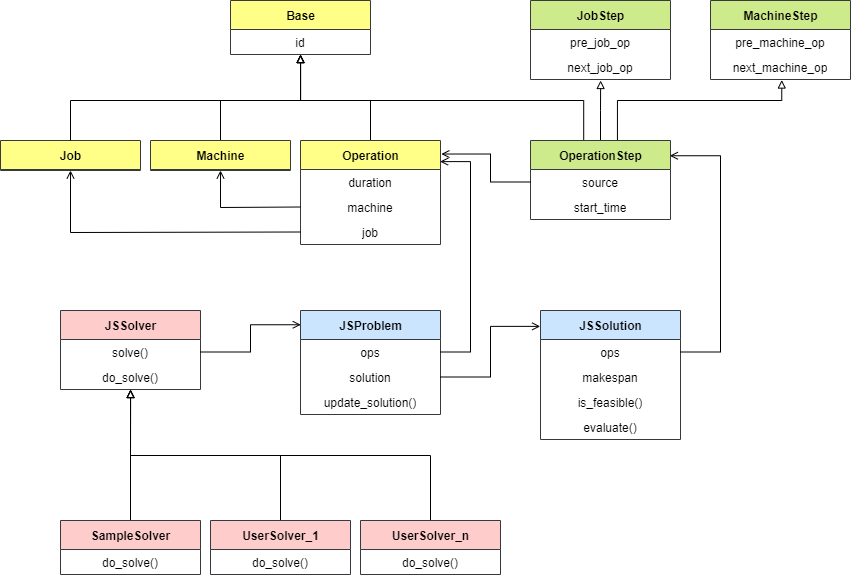
Earlier version of the draw.io export class.drawio.png (dothinking/jsp_framework). Source tidied: cells renumbered, new cells last; positions are measured from the earlier drawing's top-left corner, leaving out a move shared by most shapes. Its diagram source:
```xml
<mxGraphModel>
  <root>
    <mxCell id="0" />
    <mxCell id="1" parent="0" />
    <mxCell id="2" value="Base" style="swimlane;fontStyle=1;align=center;verticalAlign=middle;horizontal=1;startSize=29;html=1;fillColor=#ffff88;strokeColor=#36393d;" parent="1" vertex="1">
      <mxGeometry x="230" width="140" height="54" as="geometry" />
    </mxCell>
    <mxCell id="3" value="id" style="text;html=1;strokeColor=none;fillColor=none;align=center;verticalAlign=middle;spacingLeft=4;spacingRight=4;overflow=hidden;points=[[0,0.5],[1,0.5]];portConstraint=eastwest;" parent="2" vertex="1">
      <mxGeometry y="29" width="140" height="25" as="geometry" />
    </mxCell>
    <mxCell id="4" value="Job" style="swimlane;fontStyle=1;align=center;verticalAlign=middle;horizontal=1;startSize=29;html=1;fillColor=#ffff88;strokeColor=#36393d;" parent="1" vertex="1">
      <mxGeometry y="140" width="140" height="30" as="geometry" />
    </mxCell>
    <mxCell id="5" style="edgeStyle=elbowEdgeStyle;rounded=0;jettySize=auto;elbow=vertical;html=1;exitX=0.5;exitY=0;exitDx=0;exitDy=0;endArrow=block;endFill=0;entryX=0.5;entryY=1;entryDx=0;entryDy=0;entryPerimeter=0;" parent="1" edge="1" source="6" target="3">
      <mxGeometry relative="1" as="geometry">
        <Array as="points">
          <mxPoint x="260" y="100" />
        </Array>
      </mxGeometry>
    </mxCell>
    <mxCell id="6" value="Machine" style="swimlane;fontStyle=1;align=center;verticalAlign=middle;horizontal=1;startSize=29;html=1;fillColor=#ffff88;strokeColor=#36393d;" parent="1" vertex="1">
      <mxGeometry x="150" y="140" width="140" height="30" as="geometry" />
    </mxCell>
    <mxCell id="7" style="edgeStyle=elbowEdgeStyle;rounded=0;jettySize=auto;elbow=vertical;html=1;exitX=0.5;exitY=0;exitDx=0;exitDy=0;endArrow=block;endFill=0;entryX=0.5;entryY=1.004;entryDx=0;entryDy=0;entryPerimeter=0;" parent="1" edge="1" source="8" target="3">
      <mxGeometry relative="1" as="geometry">
        <Array as="points">
          <mxPoint x="310" y="100" />
        </Array>
      </mxGeometry>
    </mxCell>
    <mxCell id="8" value="Operation" style="swimlane;fontStyle=1;align=center;verticalAlign=middle;horizontal=1;startSize=29;html=1;fillColor=#ffff88;strokeColor=#36393d;" parent="1" vertex="1">
      <mxGeometry x="300" y="140" width="140" height="104" as="geometry" />
    </mxCell>
    <mxCell id="9" value="duration" style="text;html=1;strokeColor=none;fillColor=none;align=center;verticalAlign=middle;spacingLeft=4;spacingRight=4;overflow=hidden;" parent="8" vertex="1">
      <mxGeometry y="29" width="140" height="25" as="geometry" />
    </mxCell>
    <mxCell id="10" value="machine" style="text;html=1;strokeColor=none;fillColor=none;align=center;verticalAlign=middle;spacingLeft=4;spacingRight=4;overflow=hidden;points=[[0,0.5],[1,0.5]];portConstraint=eastwest;" parent="8" vertex="1">
      <mxGeometry y="54" width="140" height="25" as="geometry" />
    </mxCell>
    <mxCell id="11" value="job" style="text;html=1;strokeColor=none;fillColor=none;align=center;verticalAlign=middle;spacingLeft=4;spacingRight=4;overflow=hidden;points=[[0,0.5],[1,0.5]];portConstraint=eastwest;" parent="8" vertex="1">
      <mxGeometry y="79" width="140" height="25" as="geometry" />
    </mxCell>
    <mxCell id="12" style="edgeStyle=elbowEdgeStyle;rounded=0;jettySize=auto;elbow=vertical;html=1;exitX=0.38;exitY=0.001;exitDx=0;exitDy=0;endArrow=block;endFill=0;entryX=0.501;entryY=1.002;entryDx=0;entryDy=0;entryPerimeter=0;exitPerimeter=0;" parent="1" edge="1" source="15" target="3">
      <mxGeometry relative="1" as="geometry">
        <Array as="points">
          <mxPoint x="540" y="100" />
        </Array>
      </mxGeometry>
    </mxCell>
    <mxCell id="13" style="edgeStyle=elbowEdgeStyle;rounded=0;jettySize=auto;elbow=vertical;html=1;exitX=0.5;exitY=0;exitDx=0;exitDy=0;entryX=0.501;entryY=1.04;entryDx=0;entryDy=0;entryPerimeter=0;endArrow=block;endFill=0;" parent="1" edge="1" source="15" target="20">
      <mxGeometry relative="1" as="geometry" />
    </mxCell>
    <mxCell id="14" style="edgeStyle=elbowEdgeStyle;rounded=0;jettySize=auto;elbow=vertical;html=1;exitX=0.621;exitY=0.006;exitDx=0;exitDy=0;entryX=0.509;entryY=1.021;entryDx=0;entryDy=0;entryPerimeter=0;endArrow=block;endFill=0;exitPerimeter=0;" parent="1" edge="1" source="15" target="23">
      <mxGeometry relative="1" as="geometry">
        <Array as="points">
          <mxPoint x="670" y="100" />
        </Array>
      </mxGeometry>
    </mxCell>
    <mxCell id="15" value="OperationStep" style="swimlane;fontStyle=1;align=center;verticalAlign=middle;horizontal=1;startSize=29;html=1;fillColor=#cdeb8b;strokeColor=#36393d;" parent="1" vertex="1">
      <mxGeometry x="530" y="140" width="140" height="79" as="geometry" />
    </mxCell>
    <mxCell id="16" value="source" style="text;html=1;strokeColor=none;fillColor=none;align=center;verticalAlign=middle;spacingLeft=4;spacingRight=4;overflow=hidden;points=[[0,0.5],[1,0.5]];portConstraint=eastwest;" parent="15" vertex="1">
      <mxGeometry y="29" width="140" height="25" as="geometry" />
    </mxCell>
    <mxCell id="17" value="start_time" style="text;html=1;strokeColor=none;fillColor=none;align=center;verticalAlign=middle;spacingLeft=4;spacingRight=4;overflow=hidden;" parent="15" vertex="1">
      <mxGeometry y="54" width="140" height="25" as="geometry" />
    </mxCell>
    <mxCell id="18" value="JobStep" style="swimlane;fontStyle=1;align=center;verticalAlign=middle;horizontal=1;startSize=29;html=1;fillColor=#cdeb8b;strokeColor=#36393d;" parent="1" vertex="1">
      <mxGeometry x="530" width="140" height="79" as="geometry" />
    </mxCell>
    <mxCell id="19" value="pre_job_op" style="text;html=1;strokeColor=none;fillColor=none;align=center;verticalAlign=middle;spacingLeft=4;spacingRight=4;overflow=hidden;" parent="18" vertex="1">
      <mxGeometry y="29" width="140" height="25" as="geometry" />
    </mxCell>
    <mxCell id="20" value="next_job_op" style="text;html=1;strokeColor=none;fillColor=none;align=center;verticalAlign=middle;spacingLeft=4;spacingRight=4;overflow=hidden;points=[[0,0.5],[1,0.5]];portConstraint=eastwest;" parent="18" vertex="1">
      <mxGeometry y="54" width="140" height="25" as="geometry" />
    </mxCell>
    <mxCell id="21" value="MachineStep" style="swimlane;fontStyle=1;align=center;verticalAlign=middle;horizontal=1;startSize=29;html=1;fillColor=#cdeb8b;strokeColor=#36393d;" parent="1" vertex="1">
      <mxGeometry x="710" width="140" height="79" as="geometry" />
    </mxCell>
    <mxCell id="22" value="pre_machine_op" style="text;html=1;strokeColor=none;fillColor=none;align=center;verticalAlign=middle;spacingLeft=4;spacingRight=4;overflow=hidden;" parent="21" vertex="1">
      <mxGeometry y="29" width="140" height="25" as="geometry" />
    </mxCell>
    <mxCell id="23" value="next_machine_op" style="text;html=1;strokeColor=none;fillColor=none;align=center;verticalAlign=middle;spacingLeft=4;spacingRight=4;overflow=hidden;points=[[0,0.5],[1,0.5]];portConstraint=eastwest;" parent="21" vertex="1">
      <mxGeometry y="54" width="140" height="25" as="geometry" />
    </mxCell>
    <mxCell id="24" value="JSProblem" style="swimlane;fontStyle=1;align=center;verticalAlign=middle;horizontal=1;startSize=29;html=1;fillColor=#cce5ff;strokeColor=#36393d;" parent="1" vertex="1">
      <mxGeometry x="300" y="310" width="140" height="104" as="geometry" />
    </mxCell>
    <mxCell id="25" value="ops" style="text;html=1;strokeColor=none;fillColor=none;align=center;verticalAlign=middle;spacingLeft=4;spacingRight=4;overflow=hidden;points=[[0,0.5],[1,0.5]];portConstraint=eastwest;" parent="24" vertex="1">
      <mxGeometry y="29" width="140" height="25" as="geometry" />
    </mxCell>
    <mxCell id="26" value="solution" style="text;html=1;strokeColor=none;fillColor=none;align=center;verticalAlign=middle;spacingLeft=4;spacingRight=4;overflow=hidden;points=[[0,0.5],[1,0.5]];portConstraint=eastwest;" parent="24" vertex="1">
      <mxGeometry y="54" width="140" height="25" as="geometry" />
    </mxCell>
    <mxCell id="27" value="update_solution()" style="text;html=1;strokeColor=none;fillColor=none;align=center;verticalAlign=middle;spacingLeft=4;spacingRight=4;overflow=hidden;" parent="24" vertex="1">
      <mxGeometry y="79" width="140" height="25" as="geometry" />
    </mxCell>
    <mxCell id="28" value="JSSolver" style="swimlane;fontStyle=1;align=center;verticalAlign=middle;horizontal=1;startSize=29;html=1;fillColor=#ffcccc;strokeColor=#36393d;" parent="1" vertex="1">
      <mxGeometry x="60" y="310" width="140" height="79" as="geometry" />
    </mxCell>
    <mxCell id="29" value="solve()" style="text;html=1;strokeColor=none;fillColor=none;align=center;verticalAlign=middle;spacingLeft=4;spacingRight=4;overflow=hidden;points=[[0,0.5],[1,0.5]];portConstraint=eastwest;" parent="28" vertex="1">
      <mxGeometry y="29" width="140" height="25" as="geometry" />
    </mxCell>
    <mxCell id="30" value="do_solve()" style="text;html=1;strokeColor=none;fillColor=none;align=center;verticalAlign=middle;spacingLeft=4;spacingRight=4;overflow=hidden;points=[[0,0.5],[1,0.5]];portConstraint=eastwest;" parent="28" vertex="1">
      <mxGeometry y="54" width="140" height="25" as="geometry" />
    </mxCell>
    <mxCell id="31" value="JSSolution" style="swimlane;fontStyle=1;align=center;verticalAlign=middle;horizontal=1;startSize=29;html=1;fillColor=#cce5ff;strokeColor=#36393d;" parent="1" vertex="1">
      <mxGeometry x="540" y="310" width="140" height="129" as="geometry" />
    </mxCell>
    <mxCell id="32" value="ops" style="text;html=1;strokeColor=none;fillColor=none;align=center;verticalAlign=middle;spacingLeft=4;spacingRight=4;overflow=hidden;points=[[0,0.5],[1,0.5]];portConstraint=eastwest;" parent="31" vertex="1">
      <mxGeometry y="29" width="140" height="25" as="geometry" />
    </mxCell>
    <mxCell id="33" value="makespan" style="text;html=1;strokeColor=none;fillColor=none;align=center;verticalAlign=middle;spacingLeft=4;spacingRight=4;overflow=hidden;" parent="31" vertex="1">
      <mxGeometry y="54" width="140" height="25" as="geometry" />
    </mxCell>
    <mxCell id="34" value="is_feasible()" style="text;html=1;strokeColor=none;fillColor=none;align=center;verticalAlign=middle;spacingLeft=4;spacingRight=4;overflow=hidden;" parent="31" vertex="1">
      <mxGeometry y="79" width="140" height="25" as="geometry" />
    </mxCell>
    <mxCell id="35" value="evaluate()" style="text;html=1;strokeColor=none;fillColor=none;align=center;verticalAlign=middle;spacingLeft=4;spacingRight=4;overflow=hidden;" parent="31" vertex="1">
      <mxGeometry y="104" width="140" height="25" as="geometry" />
    </mxCell>
    <mxCell id="36" style="edgeStyle=elbowEdgeStyle;rounded=0;jettySize=auto;elbow=vertical;html=1;exitX=0.5;exitY=0;exitDx=0;exitDy=0;entryX=0.501;entryY=1.001;entryDx=0;entryDy=0;entryPerimeter=0;endArrow=block;endFill=0;" parent="1" edge="1" source="37" target="30">
      <mxGeometry relative="1" as="geometry" />
    </mxCell>
    <mxCell id="37" value="SampleSolver" style="swimlane;fontStyle=1;align=center;verticalAlign=middle;horizontal=1;startSize=29;html=1;fillColor=#ffcccc;strokeColor=#36393d;" parent="1" vertex="1">
      <mxGeometry x="60" y="520" width="140" height="54" as="geometry" />
    </mxCell>
    <mxCell id="38" value="do_solve()" style="text;html=1;strokeColor=none;fillColor=none;align=center;verticalAlign=middle;spacingLeft=4;spacingRight=4;overflow=hidden;" parent="37" vertex="1">
      <mxGeometry y="29" width="140" height="25" as="geometry" />
    </mxCell>
    <mxCell id="39" style="edgeStyle=elbowEdgeStyle;rounded=0;jettySize=auto;elbow=vertical;html=1;exitX=0.5;exitY=0;exitDx=0;exitDy=0;endArrow=block;endFill=0;" parent="1" edge="1" source="40" target="30">
      <mxGeometry relative="1" as="geometry" />
    </mxCell>
    <mxCell id="40" value="UserSolver_1" style="swimlane;fontStyle=1;align=center;verticalAlign=middle;horizontal=1;startSize=29;html=1;fillColor=#ffcccc;strokeColor=#36393d;" parent="1" vertex="1">
      <mxGeometry x="210" y="520" width="140" height="54" as="geometry" />
    </mxCell>
    <mxCell id="41" value="do_solve()" style="text;html=1;strokeColor=none;fillColor=none;align=center;verticalAlign=middle;spacingLeft=4;spacingRight=4;overflow=hidden;" parent="40" vertex="1">
      <mxGeometry y="29" width="140" height="25" as="geometry" />
    </mxCell>
    <mxCell id="42" style="edgeStyle=elbowEdgeStyle;rounded=0;jettySize=auto;elbow=vertical;html=1;exitX=0.5;exitY=0;exitDx=0;exitDy=0;endArrow=block;endFill=0;entryX=0.5;entryY=1.004;entryDx=0;entryDy=0;entryPerimeter=0;" parent="1" edge="1" source="43" target="30">
      <mxGeometry relative="1" as="geometry" />
    </mxCell>
    <mxCell id="43" value="UserSolver_n" style="swimlane;fontStyle=1;align=center;verticalAlign=middle;horizontal=1;startSize=29;html=1;fillColor=#ffcccc;strokeColor=#36393d;" parent="1" vertex="1">
      <mxGeometry x="360" y="520" width="140" height="54" as="geometry" />
    </mxCell>
    <mxCell id="44" value="do_solve()" style="text;html=1;strokeColor=none;fillColor=none;align=center;verticalAlign=middle;spacingLeft=4;spacingRight=4;overflow=hidden;" parent="43" vertex="1">
      <mxGeometry y="29" width="140" height="25" as="geometry" />
    </mxCell>
    <mxCell id="45" style="endArrow=block;startArrow=none;endFill=0;startFill=0;html=1;verticalAlign=bottom;labelBackgroundColor=none;strokeWidth=1;exitX=0.5;exitY=0;exitDx=0;exitDy=0;rounded=0;edgeStyle=elbowEdgeStyle;elbow=vertical;entryX=0.5;entryY=1.004;entryDx=0;entryDy=0;entryPerimeter=0;" parent="1" edge="1" source="4" target="3">
      <mxGeometry relative="1" as="geometry">
        <Array as="points">
          <mxPoint x="250" y="100" />
        </Array>
      </mxGeometry>
    </mxCell>
    <mxCell id="46" style="edgeStyle=elbowEdgeStyle;rounded=0;jettySize=auto;elbow=vertical;html=1;exitX=0;exitY=0.5;exitDx=0;exitDy=0;entryX=0.5;entryY=1;entryDx=0;entryDy=0;endArrow=open;endFill=0;" parent="1" edge="1" source="10" target="6">
      <mxGeometry relative="1" as="geometry">
        <Array as="points">
          <mxPoint x="260" y="207" />
        </Array>
      </mxGeometry>
    </mxCell>
    <mxCell id="47" style="edgeStyle=elbowEdgeStyle;rounded=0;jettySize=auto;elbow=vertical;html=1;exitX=0;exitY=0.5;exitDx=0;exitDy=0;entryX=0.5;entryY=1;entryDx=0;entryDy=0;endArrow=open;endFill=0;" parent="1" edge="1" source="11" target="4">
      <mxGeometry relative="1" as="geometry">
        <Array as="points">
          <mxPoint x="180" y="232" />
        </Array>
      </mxGeometry>
    </mxCell>
    <mxCell id="48" style="edgeStyle=elbowEdgeStyle;rounded=0;jettySize=auto;html=1;exitX=0;exitY=0.5;exitDx=0;exitDy=0;endArrow=open;endFill=0;entryX=1.006;entryY=0.13;entryDx=0;entryDy=0;entryPerimeter=0;" parent="1" edge="1" source="16" target="8">
      <mxGeometry relative="1" as="geometry">
        <Array as="points">
          <mxPoint x="490" y="160" />
          <mxPoint x="480" y="170" />
        </Array>
      </mxGeometry>
    </mxCell>
    <mxCell id="49" style="edgeStyle=elbowEdgeStyle;rounded=0;jettySize=auto;html=1;exitX=1;exitY=0.5;exitDx=0;exitDy=0;entryX=0.995;entryY=0.193;entryDx=0;entryDy=0;entryPerimeter=0;endArrow=open;endFill=0;" parent="1" edge="1" source="32" target="15">
      <mxGeometry relative="1" as="geometry">
        <Array as="points">
          <mxPoint x="720" y="260" />
        </Array>
      </mxGeometry>
    </mxCell>
    <mxCell id="50" style="edgeStyle=elbowEdgeStyle;rounded=0;jettySize=auto;html=1;exitX=1;exitY=0.5;exitDx=0;exitDy=0;entryX=0.997;entryY=0.203;entryDx=0;entryDy=0;entryPerimeter=0;endArrow=open;endFill=0;" parent="1" edge="1" source="25" target="8">
      <mxGeometry relative="1" as="geometry">
        <Array as="points">
          <mxPoint x="470" y="250" />
        </Array>
      </mxGeometry>
    </mxCell>
    <mxCell id="51" style="edgeStyle=elbowEdgeStyle;rounded=0;jettySize=auto;html=1;exitX=1;exitY=0.5;exitDx=0;exitDy=0;entryX=-0.002;entryY=0.123;entryDx=0;entryDy=0;entryPerimeter=0;endArrow=open;endFill=0;" parent="1" edge="1" source="26" target="31">
      <mxGeometry relative="1" as="geometry">
        <Array as="points">
          <mxPoint x="490" y="350" />
          <mxPoint x="480" y="350" />
        </Array>
      </mxGeometry>
    </mxCell>
    <mxCell id="52" style="edgeStyle=elbowEdgeStyle;rounded=0;jettySize=auto;html=1;exitX=1;exitY=0.5;exitDx=0;exitDy=0;entryX=0.002;entryY=0.137;entryDx=0;entryDy=0;entryPerimeter=0;endArrow=open;endFill=0;" parent="1" edge="1" source="29" target="24">
      <mxGeometry relative="1" as="geometry" />
    </mxCell>
  </root>
</mxGraphModel>
```
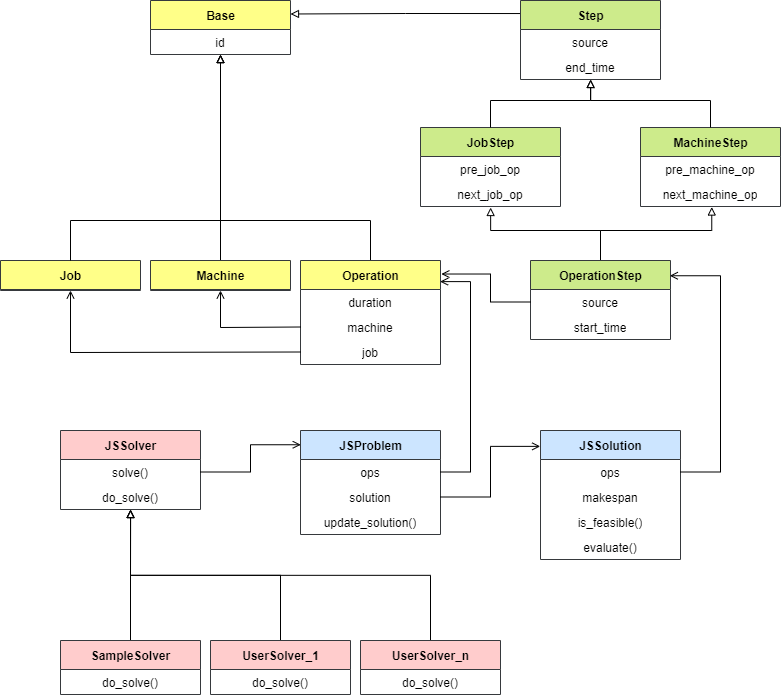
The same diagram one commit later.

Commit message:
update class structure

The edit, as a diff of the source:
```diff
@@ -3,7 +3,7 @@
     <mxCell id="0" />
     <mxCell id="1" parent="0" />
     <mxCell id="2" value="Base" style="swimlane;fontStyle=1;align=center;verticalAlign=middle;horizontal=1;startSize=29;html=1;fillColor=#ffff88;strokeColor=#36393d;" parent="1" vertex="1">
-      <mxGeometry x="230" width="140" height="54" as="geometry" />
+      <mxGeometry x="150" y="-120" width="140" height="54" as="geometry" />
     </mxCell>
     <mxCell id="3" value="id" style="text;html=1;strokeColor=none;fillColor=none;align=center;verticalAlign=middle;spacingLeft=4;spacingRight=4;overflow=hidden;points=[[0,0.5],[1,0.5]];portConstraint=eastwest;" parent="2" vertex="1">
       <mxGeometry y="29" width="140" height="25" as="geometry" />
@@ -40,20 +40,17 @@
     <mxCell id="11" value="job" style="text;html=1;strokeColor=none;fillColor=none;align=center;verticalAlign=middle;spacingLeft=4;spacingRight=4;overflow=hidden;points=[[0,0.5],[1,0.5]];portConstraint=eastwest;" parent="8" vertex="1">
       <mxGeometry y="79" width="140" height="25" as="geometry" />
     </mxCell>
-    <mxCell id="12" style="edgeStyle=elbowEdgeStyle;rounded=0;jettySize=auto;elbow=vertical;html=1;exitX=0.38;exitY=0.001;exitDx=0;exitDy=0;endArrow=block;endFill=0;entryX=0.501;entryY=1.002;entryDx=0;entryDy=0;entryPerimeter=0;exitPerimeter=0;" parent="1" edge="1" source="15" target="3">
-      <mxGeometry relative="1" as="geometry">
-        <Array as="points">
-          <mxPoint x="540" y="100" />
-        </Array>
-      </mxGeometry>
-    </mxCell>
     <mxCell id="13" style="edgeStyle=elbowEdgeStyle;rounded=0;jettySize=auto;elbow=vertical;html=1;exitX=0.5;exitY=0;exitDx=0;exitDy=0;entryX=0.501;entryY=1.04;entryDx=0;entryDy=0;entryPerimeter=0;endArrow=block;endFill=0;" parent="1" edge="1" source="15" target="20">
-      <mxGeometry relative="1" as="geometry" />
+      <mxGeometry relative="1" as="geometry">
+        <Array as="points">
+          <mxPoint x="580" y="110" />
+        </Array>
+      </mxGeometry>
     </mxCell>
-    <mxCell id="14" style="edgeStyle=elbowEdgeStyle;rounded=0;jettySize=auto;elbow=vertical;html=1;exitX=0.621;exitY=0.006;exitDx=0;exitDy=0;entryX=0.509;entryY=1.021;entryDx=0;entryDy=0;entryPerimeter=0;endArrow=block;endFill=0;exitPerimeter=0;" parent="1" edge="1" source="15" target="23">
+    <mxCell id="14" style="edgeStyle=elbowEdgeStyle;rounded=0;jettySize=auto;elbow=vertical;html=1;exitX=0.5;exitY=0;exitDx=0;exitDy=0;entryX=0.509;entryY=1.021;entryDx=0;entryDy=0;entryPerimeter=0;endArrow=block;endFill=0;" parent="1" edge="1" source="15" target="23">
       <mxGeometry relative="1" as="geometry">
         <Array as="points">
-          <mxPoint x="670" y="100" />
+          <mxPoint x="660" y="110" />
         </Array>
       </mxGeometry>
     </mxCell>
@@ -67,7 +64,7 @@
       <mxGeometry y="54" width="140" height="25" as="geometry" />
     </mxCell>
     <mxCell id="18" value="JobStep" style="swimlane;fontStyle=1;align=center;verticalAlign=middle;horizontal=1;startSize=29;html=1;fillColor=#cdeb8b;strokeColor=#36393d;" parent="1" vertex="1">
-      <mxGeometry x="530" width="140" height="79" as="geometry" />
+      <mxGeometry x="420" y="7" width="140" height="79" as="geometry" />
     </mxCell>
     <mxCell id="19" value="pre_job_op" style="text;html=1;strokeColor=none;fillColor=none;align=center;verticalAlign=middle;spacingLeft=4;spacingRight=4;overflow=hidden;" parent="18" vertex="1">
       <mxGeometry y="29" width="140" height="25" as="geometry" />
@@ -76,7 +73,7 @@
       <mxGeometry y="54" width="140" height="25" as="geometry" />
     </mxCell>
     <mxCell id="21" value="MachineStep" style="swimlane;fontStyle=1;align=center;verticalAlign=middle;horizontal=1;startSize=29;html=1;fillColor=#cdeb8b;strokeColor=#36393d;" parent="1" vertex="1">
-      <mxGeometry x="710" width="140" height="79" as="geometry" />
+      <mxGeometry x="640" y="7" width="140" height="79" as="geometry" />
     </mxCell>
     <mxCell id="22" value="pre_machine_op" style="text;html=1;strokeColor=none;fillColor=none;align=center;verticalAlign=middle;spacingLeft=4;spacingRight=4;overflow=hidden;" parent="21" vertex="1">
       <mxGeometry y="29" width="140" height="25" as="geometry" />
@@ -201,5 +198,32 @@
     <mxCell id="52" style="edgeStyle=elbowEdgeStyle;rounded=0;jettySize=auto;html=1;exitX=1;exitY=0.5;exitDx=0;exitDy=0;entryX=0.002;entryY=0.137;entryDx=0;entryDy=0;entryPerimeter=0;endArrow=open;endFill=0;" parent="1" edge="1" source="29" target="24">
       <mxGeometry relative="1" as="geometry" />
     </mxCell>
+    <mxCell id="53" style="edgeStyle=orthogonalEdgeStyle;rounded=0;jettySize=auto;html=1;exitX=0.001;exitY=0.165;exitDx=0;exitDy=0;entryX=1;entryY=0.25;entryDx=0;entryDy=0;exitPerimeter=0;endArrow=block;endFill=0;" parent="1" edge="1" source="54" target="2">
+      <mxGeometry relative="1" as="geometry" />
+    </mxCell>
+    <mxCell id="54" value="Step" style="swimlane;fontStyle=1;align=center;verticalAlign=middle;horizontal=1;startSize=29;html=1;fillColor=#cdeb8b;strokeColor=#36393d;" parent="1" vertex="1">
+      <mxGeometry x="520" y="-120" width="140" height="79" as="geometry" />
+    </mxCell>
+    <mxCell id="55" value="source" style="text;html=1;strokeColor=none;fillColor=none;align=center;verticalAlign=middle;spacingLeft=4;spacingRight=4;overflow=hidden;" parent="54" vertex="1">
+      <mxGeometry y="29" width="140" height="25" as="geometry" />
+    </mxCell>
+    <mxCell id="56" value="end_time" style="text;html=1;strokeColor=none;fillColor=none;align=center;verticalAlign=middle;spacingLeft=4;spacingRight=4;overflow=hidden;points=[[0,0.5],[1,0.5]];portConstraint=eastwest;" parent="54" vertex="1">
+      <mxGeometry y="54" width="140" height="25" as="geometry" />
+    </mxCell>
+    <mxCell id="57" style="edgeStyle=orthogonalEdgeStyle;rounded=0;jettySize=auto;elbow=vertical;html=1;exitX=0.5;exitY=0;exitDx=0;exitDy=0;endArrow=block;endFill=0;entryX=0.501;entryY=1;entryDx=0;entryDy=0;entryPerimeter=0;" parent="1" edge="1" source="18" target="56">
+      <mxGeometry relative="1" as="geometry">
+        <Array as="points">
+          <mxPoint x="490" y="-20" />
+          <mxPoint x="590" y="-20" />
+        </Array>
+      </mxGeometry>
+    </mxCell>
+    <mxCell id="58" style="edgeStyle=elbowEdgeStyle;rounded=0;jettySize=auto;elbow=vertical;html=1;exitX=0.5;exitY=0;exitDx=0;exitDy=0;entryX=0.501;entryY=1;entryDx=0;entryDy=0;entryPerimeter=0;endArrow=block;endFill=0;" parent="1" edge="1" source="21" target="56">
+      <mxGeometry relative="1" as="geometry">
+        <Array as="points">
+          <mxPoint x="680" y="-20" />
+        </Array>
+      </mxGeometry>
+    </mxCell>
   </root>
 </mxGraphModel>
```
